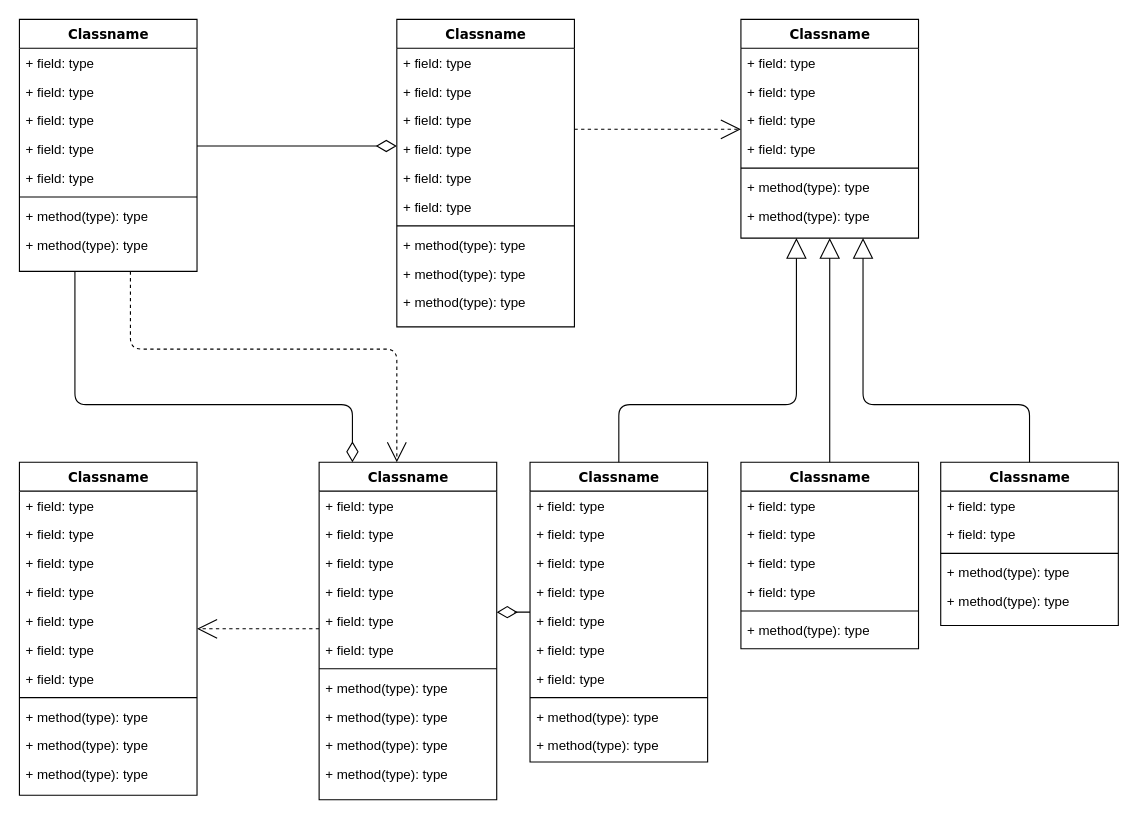
Above: Database/Untitled Diagram.drawio in maseadi/jurnal (draw.io), before the change. Source tidied: cells renumbered, new cells numbered last; positions are measured from the earlier drawing's top-left corner, leaving out a move shared by most shapes. Both pictures are drawn from the tidied source at 111%, with x=0, y=0 at pixel (19, 19).
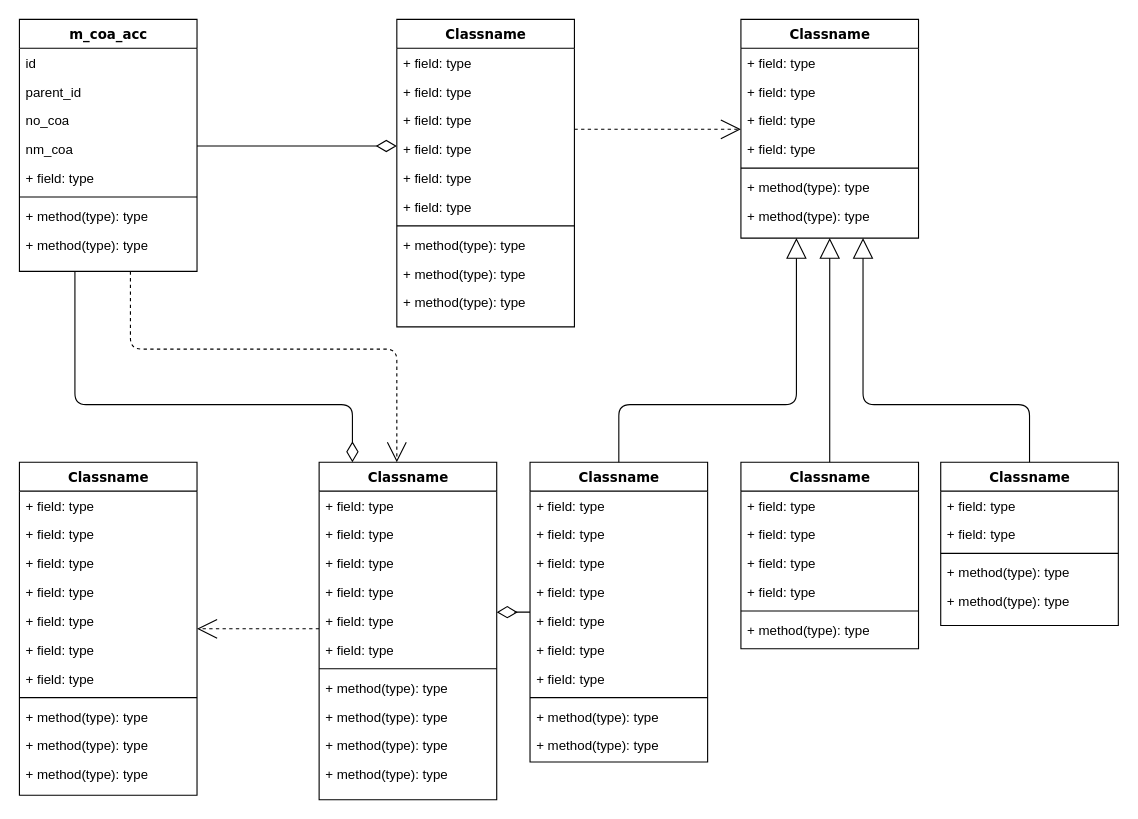
The same diagram, later.

Diff of the diagram source:
```diff
@@
-    <mxCell id="4" value="Classname" style="swimlane;html=1;fontStyle=1;align=center;verticalAlign=top;horizontal=1;startSize=26;swimlaneFillColor=#ffffff;rounded=0;shadow=0;comic=0;labelBackgroundColor=none;strokeWidth=1;fillColor=none;fontFamily=Verdana;fontSize=12;" parent="1" vertex="1">
+    <mxCell id="4" value="m_coa_acc" style="swimlane;html=1;fontStyle=1;align=center;verticalAlign=top;horizontal=1;startSize=26;swimlaneFillColor=#ffffff;rounded=0;shadow=0;comic=0;labelBackgroundColor=none;strokeWidth=1;fillColor=none;fontFamily=Verdana;fontSize=12;" parent="1" vertex="1">
       <mxGeometry width="160" height="227" as="geometry" />
     </mxCell>
-    <mxCell id="5" value="+ field: type" style="text;html=1;strokeColor=none;fillColor=none;align=left;verticalAlign=top;spacingLeft=4;spacingRight=4;whiteSpace=wrap;overflow=hidden;" parent="4" vertex="1">
+    <mxCell id="5" value="id" style="text;html=1;strokeColor=none;fillColor=none;align=left;verticalAlign=top;spacingLeft=4;spacingRight=4;whiteSpace=wrap;overflow=hidden;" parent="4" vertex="1">
       <mxGeometry y="26" width="160" height="26" as="geometry" />
     </mxCell>
-    <mxCell id="6" value="+ field: type" style="text;html=1;strokeColor=none;fillColor=none;align=left;verticalAlign=top;spacingLeft=4;spacingRight=4;whiteSpace=wrap;overflow=hidden;" parent="4" vertex="1">
+    <mxCell id="6" value="parent_id" style="text;html=1;strokeColor=none;fillColor=none;align=left;verticalAlign=top;spacingLeft=4;spacingRight=4;whiteSpace=wrap;overflow=hidden;" parent="4" vertex="1">
       <mxGeometry y="52" width="160" height="26" as="geometry" />
     </mxCell>
-    <mxCell id="7" value="+ field: type" style="text;html=1;strokeColor=none;fillColor=none;align=left;verticalAlign=top;spacingLeft=4;spacingRight=4;whiteSpace=wrap;overflow=hidden;" parent="4" vertex="1">
+    <mxCell id="7" value="no_coa" style="text;html=1;strokeColor=none;fillColor=none;align=left;verticalAlign=top;spacingLeft=4;spacingRight=4;whiteSpace=wrap;overflow=hidden;" parent="4" vertex="1">
       <mxGeometry y="78" width="160" height="26" as="geometry" />
     </mxCell>
-    <mxCell id="8" value="+ field: type" style="text;html=1;strokeColor=none;fillColor=none;align=left;verticalAlign=top;spacingLeft=4;spacingRight=4;whiteSpace=wrap;overflow=hidden;" parent="4" vertex="1">
+    <mxCell id="8" value="nm_coa" style="text;html=1;strokeColor=none;fillColor=none;align=left;verticalAlign=top;spacingLeft=4;spacingRight=4;whiteSpace=wrap;overflow=hidden;" parent="4" vertex="1">
       <mxGeometry y="104" width="160" height="26" as="geometry" />
     </mxCell>
```
